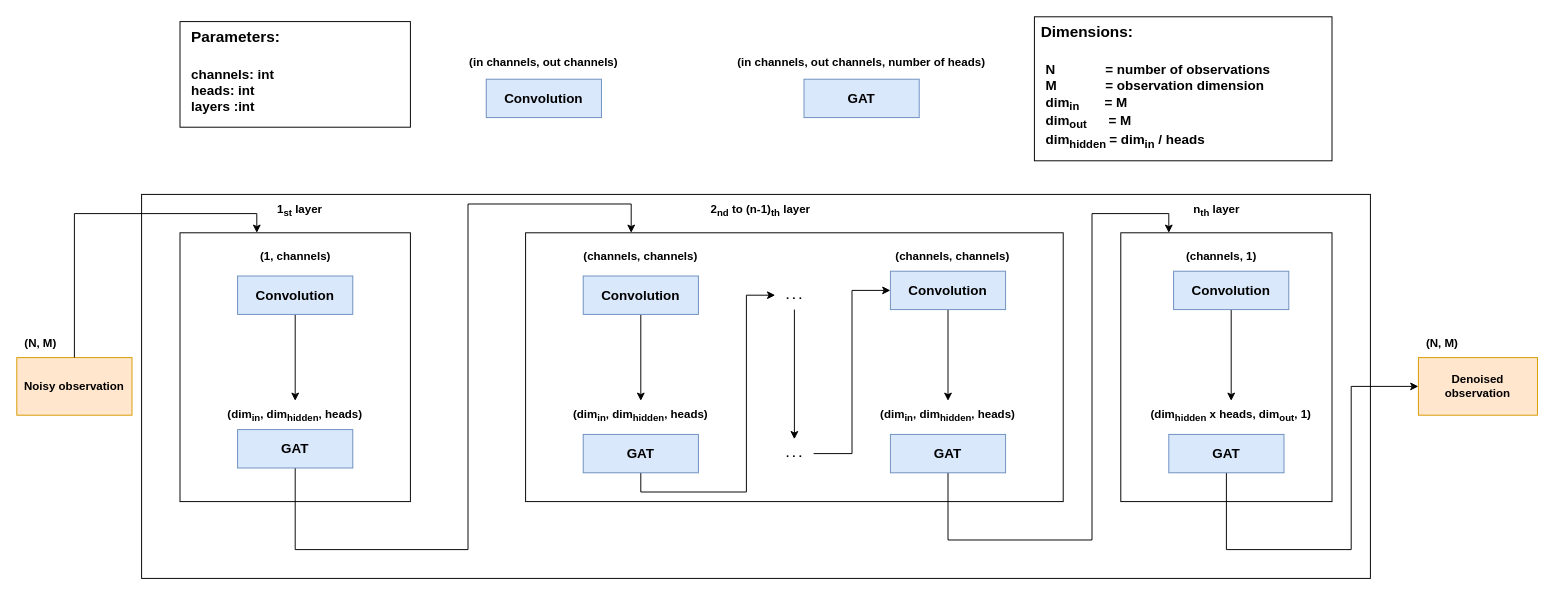
This is documentation/Thesis/drawio/GAT_Architecture_Detail.drawio from cedricmendelin/master-thesis, a draw.io file, before an edit. Source tidied: cells renumbered, new cells numbered last; positions are measured from the earlier drawing's top-left corner, leaving out a move shared by most shapes. Both pictures are drawn from the tidied source at 96%, with x=0, y=0 at pixel (16, 16).
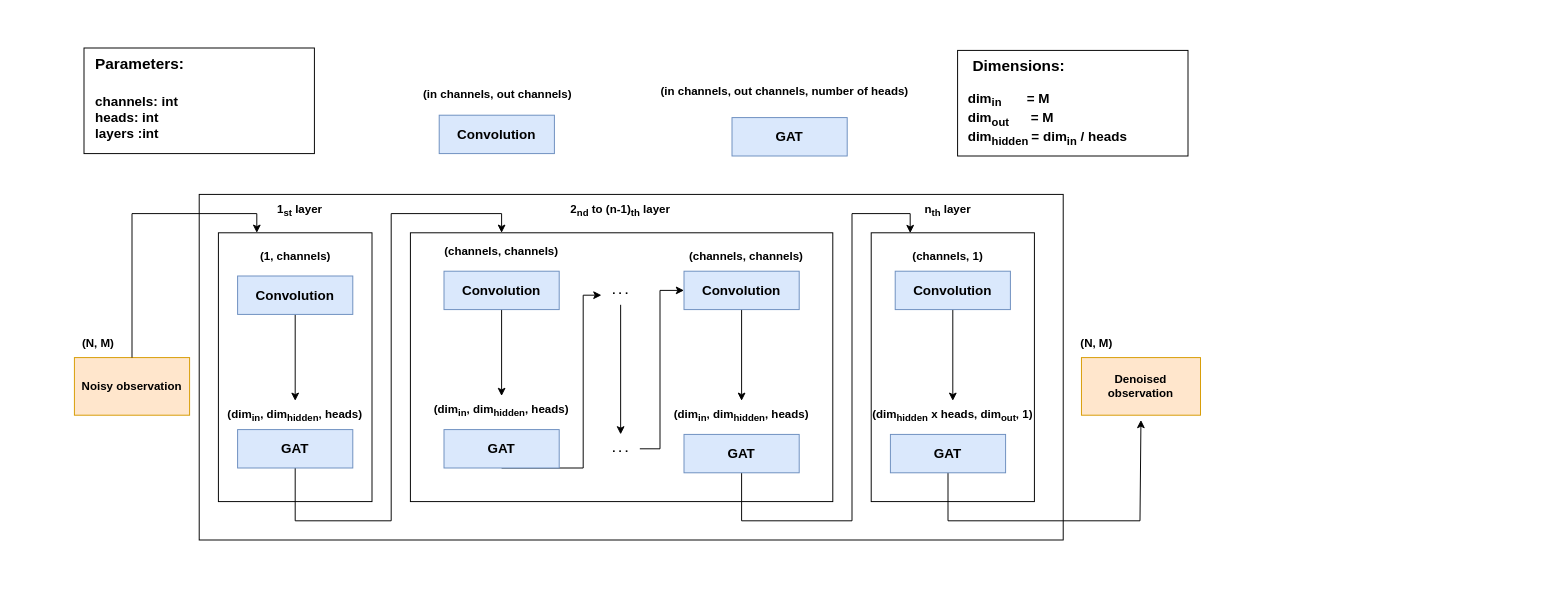
The same diagram, later.

The change refers to these unchanged cells:
```xml
<mxCell id="20" value="GAT" style="rounded=0;whiteSpace=wrap;html=1;fillColor=#dae8fc;strokeColor=#6c8ebf;fontStyle=1;fontSize=14;" parent="1" vertex="1">
  <mxGeometry x="230" y="430" width="120" height="40" as="geometry" />
</mxCell>
<mxCell id="41" style="shape=waypoint;sketch=0;size=6;points=[];fillColor=none;perimeter=centerPerimeter;snapToPoint=1;fontSize=14;strokeColor=none;rounded=0;fontStyle=1;" parent="1" vertex="1">
  <mxGeometry x="620" y="205" width="40" height="40" as="geometry" />
</mxCell>
```

Change to the diagram source:
```diff
@@
     <mxCell id="2" style="rounded=0;whiteSpace=wrap;html=1;fillColor=none;fontStyle=1;" parent="1" vertex="1">
-      <mxGeometry x="130" y="185" width="1280" height="400" as="geometry" />
+      <mxGeometry x="190" y="185" width="900" height="360" as="geometry" />
     </mxCell>
     <mxCell id="3" style="rounded=0;whiteSpace=wrap;html=1;fillColor=none;fontStyle=1;" parent="1" vertex="1">
-      <mxGeometry x="530" y="225" width="560" height="280" as="geometry" />
+      <mxGeometry x="410" y="225" width="440" height="280" as="geometry" />
     </mxCell>
+    <mxCell id="55" style="rounded=0;whiteSpace=wrap;html=1;fontSize=14;align=left;fontStyle=1;" parent="1" vertex="1">
+      <mxGeometry x="980" y="35" width="240" height="110" as="geometry" />
+    </mxCell>
     <mxCell id="4" style="rounded=0;whiteSpace=wrap;html=1;fillColor=none;fontStyle=1;" parent="1" vertex="1">
-      <mxGeometry x="170" y="225" width="240" height="280" as="geometry" />
+      <mxGeometry x="210" y="225" width="160" height="280" as="geometry" />
     </mxCell>
     <mxCell id="5" value="Noisy observation" style="rounded=0;whiteSpace=wrap;html=1;fillColor=#ffe6cc;strokeColor=#d79b00;fontStyle=1;" parent="1" vertex="1">
-      <mxGeometry y="355" width="120" height="60" as="geometry" />
+      <mxGeometry x="60" y="355" width="120" height="60" as="geometry" />
     </mxCell>
     <mxCell id="6" style="endArrow=classic;html=1;rounded=0;fontStyle=1;" parent="1" edge="1" source="5">
       <mxGeometry relative="1" as="geometry">
         <mxPoint x="250" y="225" as="targetPoint" />
         <Array as="points">
-          <mxPoint x="60" y="205" />
+          <mxPoint x="120" y="205" />
           <mxPoint x="250" y="205" />
         </Array>
       </mxGeometry>
     </mxCell>
@@
     <mxCell id="8" value="&lt;font style=&quot;font-size: 12px;&quot;&gt;&lt;span&gt;2&lt;sub&gt;nd&lt;/sub&gt;&amp;nbsp;to (n-1)&lt;sub&gt;th&lt;/sub&gt; layer&lt;/span&gt;&lt;/font&gt;" style="text;html=1;strokeColor=none;fillColor=none;align=center;verticalAlign=middle;whiteSpace=wrap;rounded=0;fontSize=16;fontStyle=1;" parent="1" vertex="1">
-      <mxGeometry x="720" y="185" width="110" height="30" as="geometry" />
+      <mxGeometry x="574" y="185" width="110" height="30" as="geometry" />
     </mxCell>
     <mxCell id="9" value="&lt;font style=&quot;font-size: 12px;&quot;&gt;&lt;span&gt;n&lt;sub&gt;th&lt;/sub&gt; layer&lt;/span&gt;&lt;/font&gt;" style="text;html=1;strokeColor=none;fillColor=none;align=center;verticalAlign=middle;whiteSpace=wrap;rounded=0;fontSize=16;fontStyle=1;" parent="1" vertex="1">
-      <mxGeometry x="1220" y="185" width="60" height="30" as="geometry" />
+      <mxGeometry x="940" y="185" width="60" height="30" as="geometry" />
     </mxCell>
@@
     <mxCell id="13" style="rounded=0;whiteSpace=wrap;html=1;fontSize=14;align=left;fontStyle=1;" parent="1" vertex="1">
-      <mxGeometry x="170" y="5" width="240" height="110" as="geometry" />
+      <mxGeometry x="70" y="32.5" width="240" height="110" as="geometry" />
     </mxCell>
     <mxCell id="14" value="&lt;span style=&quot;color: rgb(0, 0, 0); font-family: Helvetica; font-size: 16px; font-style: normal; font-variant-ligatures: normal; font-variant-caps: normal; letter-spacing: normal; orphans: 2; text-align: left; text-indent: 0px; text-transform: none; widows: 2; word-spacing: 0px; -webkit-text-stroke-width: 0px; text-decoration-thickness: initial; text-decoration-style: initial; text-decoration-color: initial; float: none; display: inline !important; background-color: rgb(255, 255, 255);&quot;&gt;Parameters:&lt;/span&gt;" style="text;whiteSpace=wrap;html=1;fontSize=16;fontStyle=1;" parent="1" vertex="1">
-      <mxGeometry x="180" y="5" width="180" height="30" as="geometry" />
+      <mxGeometry x="80" y="32.5" width="180" height="30" as="geometry" />
     </mxCell>
     <mxCell id="15" value="channels: &lt;span&gt;int&lt;/span&gt;&lt;br&gt;heads: &lt;span&gt;int&lt;/span&gt;&lt;br&gt;layers :&lt;span&gt;int&lt;br&gt;&lt;br&gt;&lt;/span&gt;" style="text;whiteSpace=wrap;html=1;fontSize=14;fontStyle=1;" parent="1" vertex="1">
-      <mxGeometry x="180" y="45" width="200" height="60" as="geometry" />
+      <mxGeometry x="80" y="72.5" width="200" height="60" as="geometry" />
     </mxCell>
-    <mxCell id="16" style="rounded=0;whiteSpace=wrap;html=1;fontSize=14;align=left;fillColor=default;strokeColor=default;gradientColor=none;fontStyle=1;" parent="1" vertex="1">
-      <mxGeometry x="1060" width="310" height="150" as="geometry" />
-    </mxCell>
     <mxCell id="17" value="&lt;span style=&quot;color: rgb(0, 0, 0); font-family: Helvetica; font-size: 16px; font-style: normal; font-variant-ligatures: normal; font-variant-caps: normal; letter-spacing: normal; orphans: 2; text-align: left; text-indent: 0px; text-transform: none; widows: 2; word-spacing: 0px; -webkit-text-stroke-width: 0px; text-decoration-thickness: initial; text-decoration-style: initial; text-decoration-color: initial; float: none; display: inline !important; background-color: rgb(255, 255, 255);&quot;&gt;Dimensions:&lt;/span&gt;" style="text;whiteSpace=wrap;html=1;fontSize=16;fontStyle=1;" parent="1" vertex="1">
-      <mxGeometry x="1065" width="180" height="30" as="geometry" />
+      <mxGeometry x="994" y="35" width="180" height="30" as="geometry" />
     </mxCell>
-    <mxCell id="18" value="&lt;span style=&quot;background-color: rgb(255, 255, 255);&quot;&gt;&lt;span style=&quot;color: rgb(0, 0, 0); font-family: Helvetica; font-size: 14px; font-style: normal; font-variant-ligatures: normal; font-variant-caps: normal; letter-spacing: normal; orphans: 2; text-align: left; text-indent: 0px; text-transform: none; widows: 2; word-spacing: 0px; -webkit-text-stroke-width: 0px; text-decoration-thickness: initial; text-decoration-style: initial; text-decoration-color: initial; float: none; display: inline !important;&quot;&gt;N&lt;span style=&quot;white-space: pre;&quot;&gt;&#9;&lt;/span&gt;&lt;span style=&quot;white-space: pre;&quot;&gt;&#9;&lt;/span&gt;= number of observations&amp;nbsp;&lt;br&gt;M&lt;span style=&quot;white-space: pre;&quot;&gt;&#9;&lt;/span&gt;&lt;span style=&quot;white-space: pre;&quot;&gt;&#9;&lt;/span&gt;= observation dimension&amp;nbsp;&lt;br&gt;dim&lt;sub style=&quot;&quot;&gt;in&lt;span style=&quot;white-space: pre;&quot;&gt;&#9;&lt;/span&gt;&amp;nbsp; &amp;nbsp;&lt;/sub&gt;= M&lt;/span&gt;&lt;br style=&quot;color: rgb(0, 0, 0); font-family: Helvetica; font-size: 14px; font-style: normal; font-variant-ligatures: normal; font-variant-caps: normal; letter-spacing: normal; orphans: 2; text-align: left; text-indent: 0px; text-transform: none; widows: 2; word-spacing: 0px; -webkit-text-stroke-width: 0px; text-decoration-thickness: initial; text-decoration-style: initial; text-decoration-color: initial;&quot;&gt;&lt;span style=&quot;color: rgb(0, 0, 0); font-family: Helvetica; font-size: 14px; font-style: normal; font-variant-ligatures: normal; font-variant-caps: normal; letter-spacing: normal; orphans: 2; text-align: left; text-indent: 0px; text-transform: none; widows: 2; word-spacing: 0px; -webkit-text-stroke-width: 0px; text-decoration-thickness: initial; text-decoration-style: initial; text-decoration-color: initial; float: none; display: inline !important;&quot;&gt;dim&lt;sub&gt;out&amp;nbsp; &amp;nbsp; &amp;nbsp; &amp;nbsp;&lt;/sub&gt;= M&lt;/span&gt;&lt;br style=&quot;color: rgb(0, 0, 0); font-family: Helvetica; font-size: 14px; font-style: normal; font-variant-ligatures: normal; font-variant-caps: normal; letter-spacing: normal; orphans: 2; text-align: left; text-indent: 0px; text-transform: none; widows: 2; word-spacing: 0px; -webkit-text-stroke-width: 0px; text-decoration-thickness: initial; text-decoration-style: initial; text-decoration-color: initial;&quot;&gt;&lt;/span&gt;&lt;span style=&quot;color: rgb(0, 0, 0); font-family: Helvetica; font-size: 14px; font-style: normal; font-variant-ligatures: normal; font-variant-caps: normal; letter-spacing: normal; orphans: 2; text-align: left; text-indent: 0px; text-transform: none; widows: 2; word-spacing: 0px; -webkit-text-stroke-width: 0px; text-decoration-thickness: initial; text-decoration-style: initial; text-decoration-color: initial; float: none; display: inline !important;&quot;&gt;&lt;span style=&quot;background-color: rgb(255, 255, 255);&quot;&gt;dim&lt;sub style=&quot;&quot;&gt;hidden&amp;nbsp;&lt;/sub&gt;= dim&lt;sub style=&quot;&quot;&gt;in&lt;/sub&gt; / heads&lt;br&gt;&lt;/span&gt;&lt;br&gt;&lt;/span&gt;" style="text;whiteSpace=wrap;html=1;fontSize=14;fillColor=none;fontStyle=1;" parent="1" vertex="1">
-      <mxGeometry x="1070" y="40" width="300" height="100" as="geometry" />
+    <mxCell id="18" value="&lt;span style=&quot;background-color: rgb(255, 255, 255);&quot;&gt;&lt;span style=&quot;color: rgb(0, 0, 0); font-family: Helvetica; font-size: 14px; font-style: normal; font-variant-ligatures: normal; font-variant-caps: normal; letter-spacing: normal; orphans: 2; text-align: left; text-indent: 0px; text-transform: none; widows: 2; word-spacing: 0px; -webkit-text-stroke-width: 0px; text-decoration-thickness: initial; text-decoration-style: initial; text-decoration-color: initial; float: none; display: inline !important;&quot;&gt;dim&lt;sub style=&quot;&quot;&gt;in&lt;span style=&quot;white-space: pre;&quot;&gt;&#9;&lt;/span&gt;&amp;nbsp; &amp;nbsp;&lt;/sub&gt;= M&lt;/span&gt;&lt;br style=&quot;color: rgb(0, 0, 0); font-family: Helvetica; font-size: 14px; font-style: normal; font-variant-ligatures: normal; font-variant-caps: normal; letter-spacing: normal; orphans: 2; text-align: left; text-indent: 0px; text-transform: none; widows: 2; word-spacing: 0px; -webkit-text-stroke-width: 0px; text-decoration-thickness: initial; text-decoration-style: initial; text-decoration-color: initial;&quot;&gt;&lt;span style=&quot;color: rgb(0, 0, 0); font-family: Helvetica; font-size: 14px; font-style: normal; font-variant-ligatures: normal; font-variant-caps: normal; letter-spacing: normal; orphans: 2; text-align: left; text-indent: 0px; text-transform: none; widows: 2; word-spacing: 0px; -webkit-text-stroke-width: 0px; text-decoration-thickness: initial; text-decoration-style: initial; text-decoration-color: initial; float: none; display: inline !important;&quot;&gt;dim&lt;sub&gt;out&amp;nbsp; &amp;nbsp; &amp;nbsp; &amp;nbsp;&lt;/sub&gt;= M&lt;/span&gt;&lt;br style=&quot;color: rgb(0, 0, 0); font-family: Helvetica; font-size: 14px; font-style: normal; font-variant-ligatures: normal; font-variant-caps: normal; letter-spacing: normal; orphans: 2; text-align: left; text-indent: 0px; text-transform: none; widows: 2; word-spacing: 0px; -webkit-text-stroke-width: 0px; text-decoration-thickness: initial; text-decoration-style: initial; text-decoration-color: initial;&quot;&gt;&lt;/span&gt;&lt;span style=&quot;color: rgb(0, 0, 0); font-family: Helvetica; font-size: 14px; font-style: normal; font-variant-ligatures: normal; font-variant-caps: normal; letter-spacing: normal; orphans: 2; text-align: left; text-indent: 0px; text-transform: none; widows: 2; word-spacing: 0px; -webkit-text-stroke-width: 0px; text-decoration-thickness: initial; text-decoration-style: initial; text-decoration-color: initial; float: none; display: inline !important;&quot;&gt;&lt;span style=&quot;background-color: rgb(255, 255, 255);&quot;&gt;dim&lt;sub style=&quot;&quot;&gt;hidden&amp;nbsp;&lt;/sub&gt;= dim&lt;sub style=&quot;&quot;&gt;in&lt;/sub&gt; / heads&lt;br&gt;&lt;/span&gt;&lt;br&gt;&lt;/span&gt;" style="text;whiteSpace=wrap;html=1;fontSize=14;fillColor=none;fontStyle=1;" parent="1" vertex="1">
+      <mxGeometry x="989" y="70" width="300" height="70" as="geometry" />
     </mxCell>
-    <mxCell id="19" style="edgeStyle=orthogonalEdgeStyle;rounded=0;jettySize=auto;html=1;fontSize=12;fontStyle=1;" parent="1" edge="1" source="20" target="41">
+    <mxCell id="19" style="edgeStyle=orthogonalEdgeStyle;rounded=0;jettySize=auto;html=1;fontSize=12;fontStyle=1;" parent="1" edge="1" source="20">
       <mxGeometry relative="1" as="geometry">
+        <mxPoint x="505" y="225" as="targetPoint" />
         <Array as="points">
-          <mxPoint x="290" y="555" />
-          <mxPoint x="470" y="555" />
-          <mxPoint x="470" y="195" />
-          <mxPoint x="640" y="195" />
+          <mxPoint x="290" y="525" />
+          <mxPoint x="390" y="525" />
+          <mxPoint x="390" y="205" />
+          <mxPoint x="505" y="205" />
         </Array>
       </mxGeometry>
     </mxCell>
@@
     <mxCell id="22" value="Convolution" style="rounded=0;whiteSpace=wrap;html=1;fillColor=#dae8fc;strokeColor=#6c8ebf;fontStyle=1;fontSize=14;verticalAlign=middle;" parent="1" vertex="1">
-      <mxGeometry x="590" y="270" width="120" height="40" as="geometry" />
+      <mxGeometry x="445" y="265" width="120" height="40" as="geometry" />
     </mxCell>
     <mxCell id="23" style="rounded=0;whiteSpace=wrap;html=1;fillColor=none;fontStyle=1;" parent="1" vertex="1">
-      <mxGeometry x="1150" y="225" width="220" height="280" as="geometry" />
+      <mxGeometry x="890" y="225" width="170" height="280" as="geometry" />
     </mxCell>
     <mxCell id="24" value="(channels, channels)" style="text;html=1;strokeColor=none;fillColor=none;align=center;verticalAlign=middle;whiteSpace=wrap;rounded=0;fontStyle=1;" parent="1" vertex="1">
-      <mxGeometry x="555" y="235" width="190" height="30" as="geometry" />
+      <mxGeometry x="410" y="230" width="190" height="30" as="geometry" />
     </mxCell>
     <mxCell id="25" value="(channels, channels)" style="text;html=1;strokeColor=none;fillColor=none;align=center;verticalAlign=middle;whiteSpace=wrap;rounded=0;fontStyle=1;" parent="1" vertex="1">
-      <mxGeometry x="880" y="235" width="190" height="30" as="geometry" />
+      <mxGeometry x="665" y="235" width="190" height="30" as="geometry" />
     </mxCell>
@@
     <mxCell id="27" value="(dim&lt;sub&gt;hidden&lt;/sub&gt; x heads, dim&lt;sub&gt;out&lt;/sub&gt;, 1)" style="text;html=1;strokeColor=none;fillColor=none;align=center;verticalAlign=middle;whiteSpace=wrap;rounded=0;fontSize=12;fontStyle=1;" parent="1" vertex="1">
-      <mxGeometry x="1160" y="400" width="210" height="30" as="geometry" />
+      <mxGeometry x="870" y="400" width="210" height="30" as="geometry" />
     </mxCell>
     <mxCell id="28" value="(dim&lt;sub&gt;in&lt;/sub&gt;, dim&lt;sub&gt;hidden&lt;/sub&gt;, heads)" style="text;html=1;strokeColor=none;fillColor=none;align=center;verticalAlign=middle;whiteSpace=wrap;rounded=0;fontStyle=1;" parent="1" vertex="1">
-      <mxGeometry x="555" y="400" width="190" height="30" as="geometry" />
+      <mxGeometry x="410" y="395" width="190" height="30" as="geometry" />
     </mxCell>
     <mxCell id="29" value="(channels, 1)" style="text;html=1;strokeColor=none;fillColor=none;align=center;verticalAlign=middle;whiteSpace=wrap;rounded=0;fontStyle=1;" parent="1" vertex="1">
-      <mxGeometry x="1160" y="235" width="190" height="30" as="geometry" />
+      <mxGeometry x="875" y="235" width="190" height="30" as="geometry" />
     </mxCell>
     <mxCell id="30" value="(dim&lt;sub&gt;in&lt;/sub&gt;, dim&lt;sub&gt;hidden&lt;/sub&gt;, heads)" style="text;html=1;strokeColor=none;fillColor=none;align=center;verticalAlign=middle;whiteSpace=wrap;rounded=0;fontStyle=1;" parent="1" vertex="1">
-      <mxGeometry x="875" y="400" width="190" height="30" as="geometry" />
+      <mxGeometry x="660" y="400" width="190" height="30" as="geometry" />
     </mxCell>
     <mxCell id="31" style="edgeStyle=orthogonalEdgeStyle;rounded=0;jettySize=auto;html=1;fontSize=12;exitX=0.5;exitY=1;exitDx=0;exitDy=0;fontStyle=1;" parent="1" edge="1" source="32" target="43">
       <mxGeometry relative="1" as="geometry">
         <Array as="points">
-          <mxPoint x="650" y="495" />
-          <mxPoint x="760" y="495" />
-          <mxPoint x="760" y="290" />
+          <mxPoint x="590" y="470" />
+          <mxPoint x="590" y="290" />
         </Array>
       </mxGeometry>
     </mxCell>
     <mxCell id="32" value="GAT" style="rounded=0;whiteSpace=wrap;html=1;fillColor=#dae8fc;strokeColor=#6c8ebf;fontStyle=1;fontSize=14;" parent="1" vertex="1">
-      <mxGeometry x="590" y="435" width="120" height="40" as="geometry" />
+      <mxGeometry x="445" y="430" width="120" height="40" as="geometry" />
     </mxCell>
@@
     <mxCell id="34" value="Convolution" style="rounded=0;whiteSpace=wrap;html=1;fillColor=#dae8fc;strokeColor=#6c8ebf;fontStyle=1;fontSize=14;verticalAlign=middle;" parent="1" vertex="1">
-      <mxGeometry x="910" y="265" width="120" height="40" as="geometry" />
+      <mxGeometry x="695" y="265" width="120" height="40" as="geometry" />
     </mxCell>
-    <mxCell id="35" style="edgeStyle=orthogonalEdgeStyle;rounded=0;jettySize=auto;html=1;fontSize=12;fontStyle=1;" parent="1" edge="1" source="36">
+    <mxCell id="35" style="edgeStyle=orthogonalEdgeStyle;rounded=0;jettySize=auto;html=1;fontSize=12;fontStyle=1;entryX=0.239;entryY=0.001;entryDx=0;entryDy=0;entryPerimeter=0;" parent="1" edge="1" source="36" target="23">
       <mxGeometry relative="1" as="geometry">
-        <mxPoint x="1200" y="225" as="targetPoint" />
         <Array as="points">
-          <mxPoint x="970" y="545" />
-          <mxPoint x="1120" y="545" />
-          <mxPoint x="1120" y="205" />
-          <mxPoint x="1200" y="205" />
-          <mxPoint x="1200" y="225" />
+          <mxPoint x="755" y="525" />
+          <mxPoint x="870" y="525" />
+          <mxPoint x="870" y="205" />
+          <mxPoint x="930" y="205" />
+          <mxPoint x="930" y="225" />
         </Array>
       </mxGeometry>
     </mxCell>
     <mxCell id="36" value="GAT" style="rounded=0;whiteSpace=wrap;html=1;fillColor=#dae8fc;strokeColor=#6c8ebf;fontStyle=1;fontSize=14;" parent="1" vertex="1">
-      <mxGeometry x="910" y="435" width="120" height="40" as="geometry" />
+      <mxGeometry x="695" y="435" width="120" height="40" as="geometry" />
     </mxCell>
@@
     <mxCell id="38" value="Convolution" style="rounded=0;whiteSpace=wrap;html=1;fillColor=#dae8fc;strokeColor=#6c8ebf;fontStyle=1;fontSize=14;verticalAlign=middle;" parent="1" vertex="1">
-      <mxGeometry x="1205" y="265" width="120" height="40" as="geometry" />
+      <mxGeometry x="915" y="265" width="120" height="40" as="geometry" />
     </mxCell>
     <mxCell id="39" style="edgeStyle=orthogonalEdgeStyle;rounded=0;jettySize=auto;html=1;fontSize=12;fontStyle=1;" parent="1" edge="1" source="40" target="48">
       <mxGeometry relative="1" as="geometry">
         <Array as="points">
-          <mxPoint x="1260" y="555" />
-          <mxPoint x="1390" y="555" />
-          <mxPoint x="1390" y="385" />
+          <mxPoint x="970" y="525" />
+          <mxPoint x="1170" y="525" />
         </Array>
       </mxGeometry>
     </mxCell>
     <mxCell id="40" value="GAT" style="rounded=0;whiteSpace=wrap;html=1;fillColor=#dae8fc;strokeColor=#6c8ebf;fontStyle=1;fontSize=14;" parent="1" vertex="1">
-      <mxGeometry x="1200" y="435" width="120" height="40" as="geometry" />
+      <mxGeometry x="910" y="435" width="120" height="40" as="geometry" />
     </mxCell>
@@
     <mxCell id="43" value="&lt;span&gt;. . .&lt;/span&gt;" style="text;html=1;strokeColor=none;fillColor=none;align=center;verticalAlign=middle;whiteSpace=wrap;rounded=0;fontSize=12;fontStyle=1;" parent="1" vertex="1">
-      <mxGeometry x="790" y="275" width="40" height="30" as="geometry" />
+      <mxGeometry x="609" y="270" width="40" height="30" as="geometry" />
     </mxCell>
     <mxCell id="44" style="edgeStyle=orthogonalEdgeStyle;rounded=0;jettySize=auto;html=1;fontSize=12;entryX=0;entryY=0.5;entryDx=0;entryDy=0;fontStyle=1;" parent="1" edge="1" source="45" target="34">
-      <mxGeometry relative="1" as="geometry" />
+      <mxGeometry relative="1" as="geometry">
+        <Array as="points">
+          <mxPoint x="670" y="450" />
+          <mxPoint x="670" y="285" />
+        </Array>
+      </mxGeometry>
     </mxCell>
     <mxCell id="45" value="&lt;span&gt;. . .&lt;/span&gt;" style="text;html=1;strokeColor=none;fillColor=none;align=center;verticalAlign=middle;whiteSpace=wrap;rounded=0;fontSize=12;fontStyle=1;" parent="1" vertex="1">
-      <mxGeometry x="790" y="440" width="40" height="30" as="geometry" />
+      <mxGeometry x="609" y="435" width="40" height="30" as="geometry" />
     </mxCell>
     <mxCell id="46" style="shape=waypoint;sketch=0;size=6;fillColor=none;perimeter=centerPerimeter;fontSize=14;strokeColor=none;rounded=0;fontStyle=1;" parent="1" vertex="1">
-      <mxGeometry x="1220" y="205" width="40" height="40" as="geometry" />
+      <mxGeometry x="930" y="205" width="40" height="40" as="geometry" />
     </mxCell>
     <mxCell id="47" value="Denoised &lt;br&gt;observation" style="rounded=0;whiteSpace=wrap;html=1;fillColor=#ffe6cc;strokeColor=#d79b00;fontStyle=1;" parent="1" vertex="1">
-      <mxGeometry x="1460" y="355" width="124" height="60" as="geometry" />
+      <mxGeometry x="1109" y="355" width="124" height="60" as="geometry" />
     </mxCell>
     <mxCell id="48" style="shape=waypoint;sketch=0;size=6;points=[];fillColor=none;perimeter=centerPerimeter;snapToPoint=1;fontSize=14;strokeColor=none;rounded=0;fontStyle=1;" parent="1" vertex="1">
-      <mxGeometry x="1440" y="365" width="40" height="40" as="geometry" />
+      <mxGeometry x="1151" y="400" width="40" height="40" as="geometry" />
     </mxCell>
     <mxCell id="49" value="(N, M)" style="text;html=1;strokeColor=none;fillColor=none;align=center;verticalAlign=middle;whiteSpace=wrap;rounded=0;fontStyle=1;" parent="1" vertex="1">
-      <mxGeometry y="325" width="50" height="30" as="geometry" />
+      <mxGeometry x="60" y="325" width="50" height="30" as="geometry" />
     </mxCell>
     <mxCell id="50" value="(N, M)" style="text;html=1;strokeColor=none;fillColor=none;align=center;verticalAlign=middle;whiteSpace=wrap;rounded=0;fontStyle=1;" parent="1" vertex="1">
-      <mxGeometry x="1460" y="325" width="50" height="30" as="geometry" />
+      <mxGeometry x="1100" y="325" width="50" height="30" as="geometry" />
     </mxCell>
     <mxCell id="51" value="(in channels, out channels)" style="text;html=1;strokeColor=none;fillColor=none;align=center;verticalAlign=middle;whiteSpace=wrap;rounded=0;fontStyle=1;" parent="1" vertex="1">
-      <mxGeometry x="458" y="32.5" width="182" height="30" as="geometry" />
+      <mxGeometry x="410" y="66.2" width="182" height="30" as="geometry" />
     </mxCell>
     <mxCell id="52" value="Convolution" style="rounded=0;whiteSpace=wrap;html=1;fillColor=#dae8fc;strokeColor=#6c8ebf;fontStyle=1;fontSize=14;verticalAlign=middle;" parent="1" vertex="1">
-      <mxGeometry x="489" y="65" width="120" height="40" as="geometry" />
+      <mxGeometry x="440" y="102.5" width="120" height="40" as="geometry" />
     </mxCell>
     <mxCell id="53" value="GAT" style="rounded=0;whiteSpace=wrap;html=1;fillColor=#dae8fc;strokeColor=#6c8ebf;fontStyle=1;fontSize=14;" parent="1" vertex="1">
-      <mxGeometry x="820" y="65" width="120" height="40" as="geometry" />
+      <mxGeometry x="745" y="105" width="120" height="40" as="geometry" />
     </mxCell>
     <mxCell id="54" value="(in channels, out channels, number of heads)" style="text;html=1;strokeColor=none;fillColor=none;align=center;verticalAlign=middle;whiteSpace=wrap;rounded=0;fontStyle=1;" parent="1" vertex="1">
-      <mxGeometry x="740" y="32.5" width="280" height="30" as="geometry" />
+      <mxGeometry x="660" y="62.5" width="280" height="30" as="geometry" />
     </mxCell>
```
